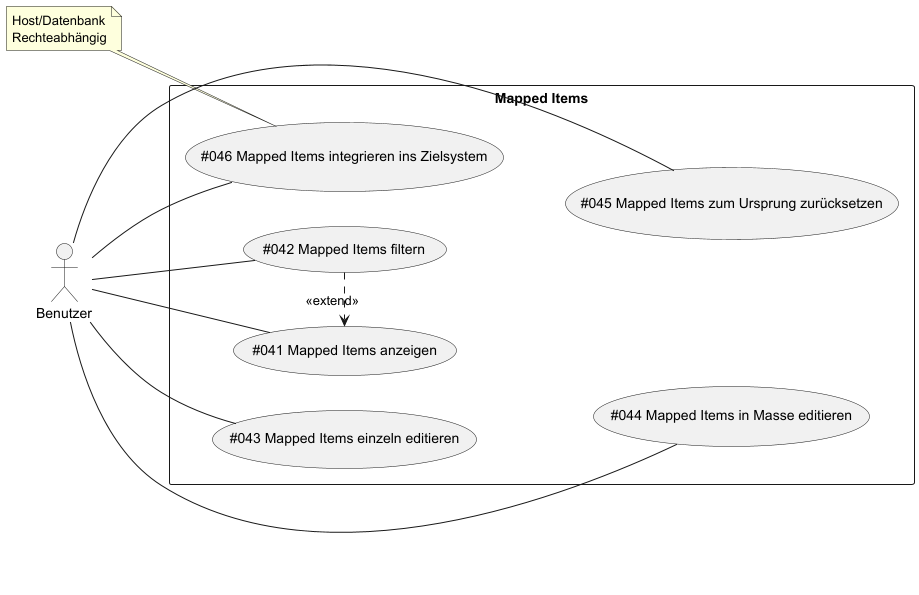
Before: data-integration-documentation/src/main/images/usecases/mappedItems.png, a diagram exported from PlantUML (TuncerCatalkaya/data-integration). Its diagram source:
```plantuml
@startuml
left to right direction

actor Benutzer as Actor1

rectangle "Mapped Items" {
    (#041 Mapped Items anzeigen) as (UC41)
    (#042 Mapped Items filtern) as (UC42)
    (#043 Mapped Items einzeln editieren) as (UC43)
    (#044 Mapped Items in Masse editieren) as (UC44)
    (#045 Mapped Items zum Ursprung zurücksetzen) as (UC45)
    (#046 Mapped Items integrieren ins Zielsystem) as (UC46)
}

note "Host/Datenbank\nRechteabhängig" as N1

Actor1 -- (UC41)
Actor1 -- (UC42)
Actor1 -- (UC43)
Actor1 -- (UC44)
Actor1 -- (UC45)
Actor1 -- (UC46)

(UC42) .> (UC41) : <<extend>>

(UC41) -[hidden]- (UC44)
(UC42) -[hidden]- (UC45)

N1 .. (UC46)

@enduml
```
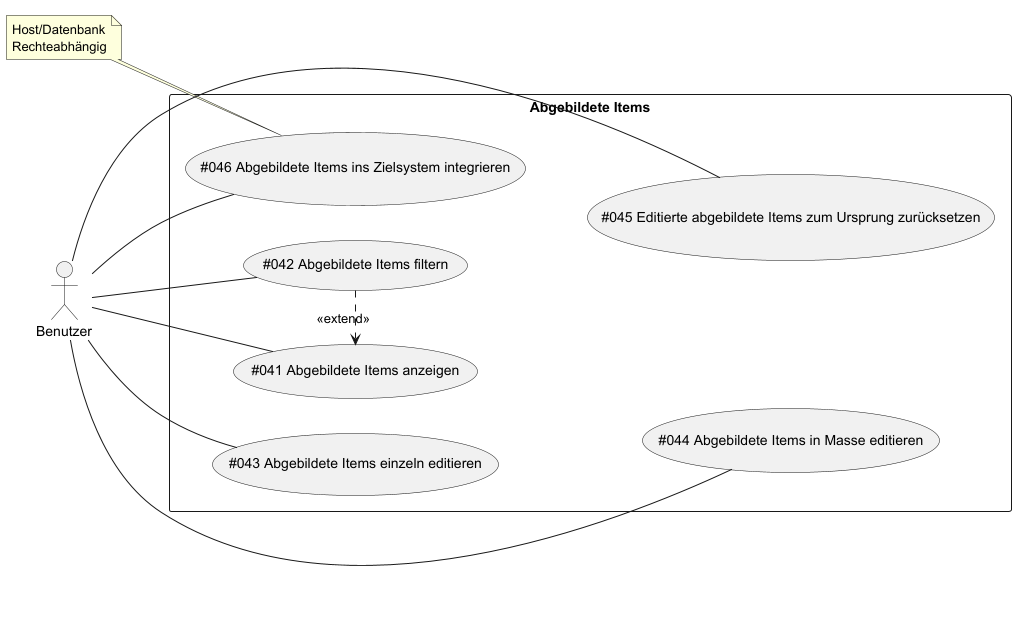
Above is the later version.

Change to the diagram source:
```diff
@@ -3,13 +3,13 @@
 
 actor Benutzer as Actor1
 
-rectangle "Mapped Items" {
-    (#041 Mapped Items anzeigen) as (UC41)
-    (#042 Mapped Items filtern) as (UC42)
-    (#043 Mapped Items einzeln editieren) as (UC43)
-    (#044 Mapped Items in Masse editieren) as (UC44)
-    (#045 Mapped Items zum Ursprung zurücksetzen) as (UC45)
-    (#046 Mapped Items integrieren ins Zielsystem) as (UC46)
+rectangle "Abgebildete Items" {
+    (#041 Abgebildete Items anzeigen) as (UC41)
+    (#042 Abgebildete Items filtern) as (UC42)
+    (#043 Abgebildete Items einzeln editieren) as (UC43)
+    (#044 Abgebildete Items in Masse editieren) as (UC44)
+    (#045 Editierte abgebildete Items zum Ursprung zurücksetzen) as (UC45)
+    (#046 Abgebildete Items ins Zielsystem integrieren) as (UC46)
 }
 
 note "Host/Datenbank\nRechteabhängig" as N1
```
